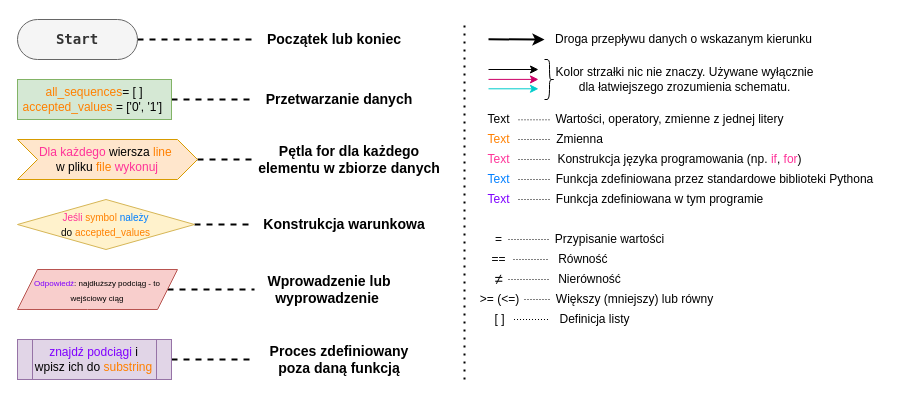
This is page "legenda shematów" (1 of 7) of Block diagram.drawio from FrightenedFox/zero-a-jeden, a draw.io file, before an edit. Source tidied: cells renumbered, new cells numbered last; positions are measured from the earlier drawing's top-left corner, leaving out a move shared by most shapes. Both pictures are drawn from the tidied source at 100%, with x=0, y=0 at pixel (17, 19).
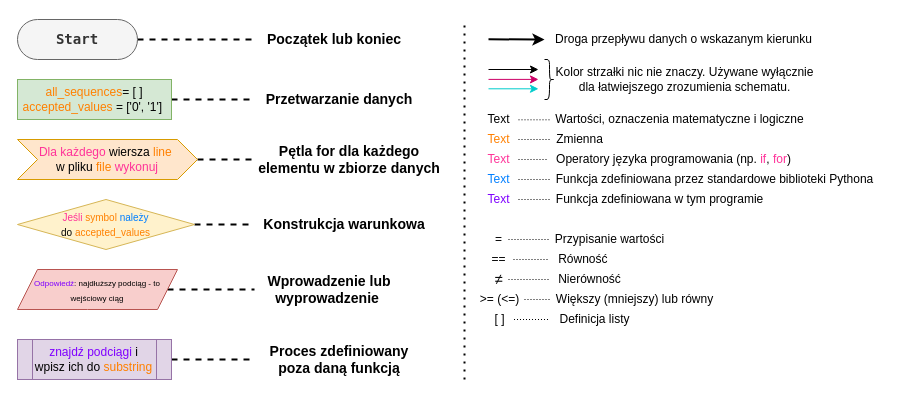
The same page after the edit.

The edit, as a diff of the source:
```diff
@@
-    <mxCell id="26" value="Konstrukcja języka programowania (np. &lt;font color=&quot;#ff3399&quot;&gt;if&lt;/font&gt;, &lt;font color=&quot;#ff3399&quot;&gt;for&lt;/font&gt;)" style="text;html=1;align=center;verticalAlign=middle;points=[];" parent="1" vertex="1">
-      <mxGeometry x="532" y="130" width="260" height="20" as="geometry" />
+    <mxCell id="26" value="Operatory języka programowania (np. &lt;font color=&quot;#ff3399&quot;&gt;if&lt;/font&gt;, &lt;font color=&quot;#ff3399&quot;&gt;for&lt;/font&gt;)" style="text;html=1;align=center;verticalAlign=middle;points=[];" parent="1" vertex="1">
+      <mxGeometry x="531" y="130" width="250" height="20" as="geometry" />
     </mxCell>
@@
-    <mxCell id="54" value="Wartości, operatory, zmienne z jednej litery" style="text;html=1;align=center;verticalAlign=middle;points=[];" parent="1" vertex="1">
-      <mxGeometry x="532" y="90" width="240" height="20" as="geometry" />
+    <mxCell id="54" value="Wartości, oznaczenia matematyczne i logiczne" style="text;html=1;align=center;verticalAlign=middle;points=[];" parent="1" vertex="1">
+      <mxGeometry x="532" y="90" width="260" height="20" as="geometry" />
     </mxCell>
```
